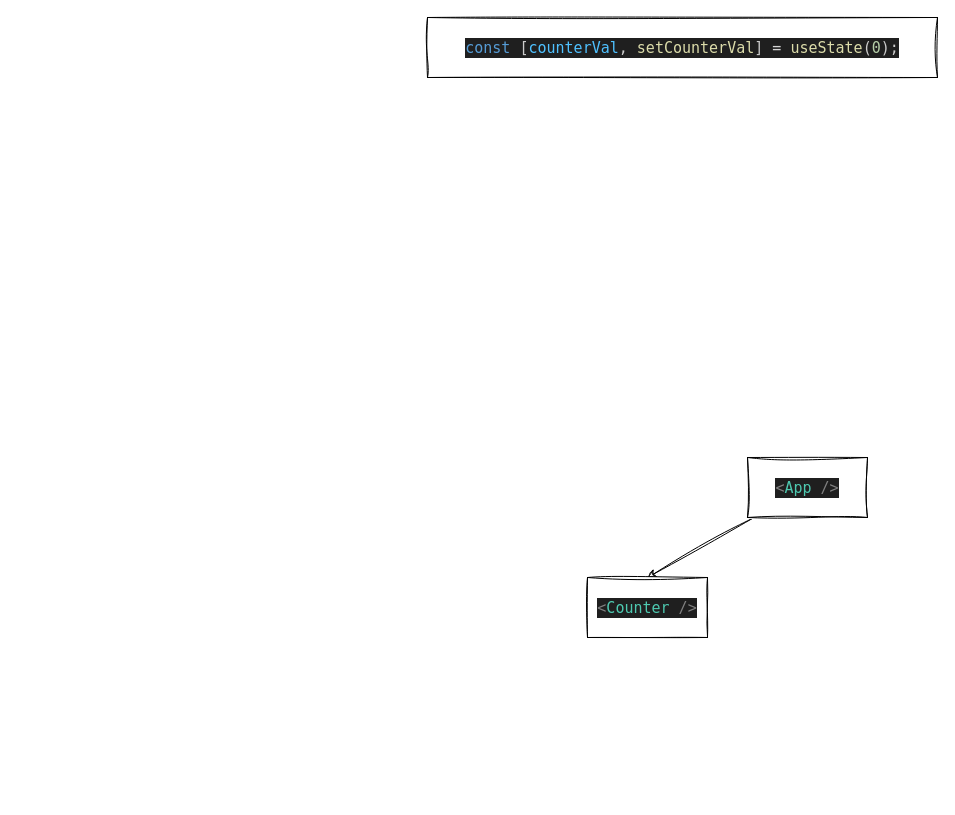
Above: draw.drawio in MariusCodeAcademy/feu8_17_react_pasikartojimas (draw.io), before the change. Source tidied: cells renumbered, new cells numbered last; positions are measured from the earlier drawing's top-left corner, leaving out a move shared by most shapes. Both pictures are drawn from the tidied source at 100%, with x=0, y=0 at pixel (427, 17).
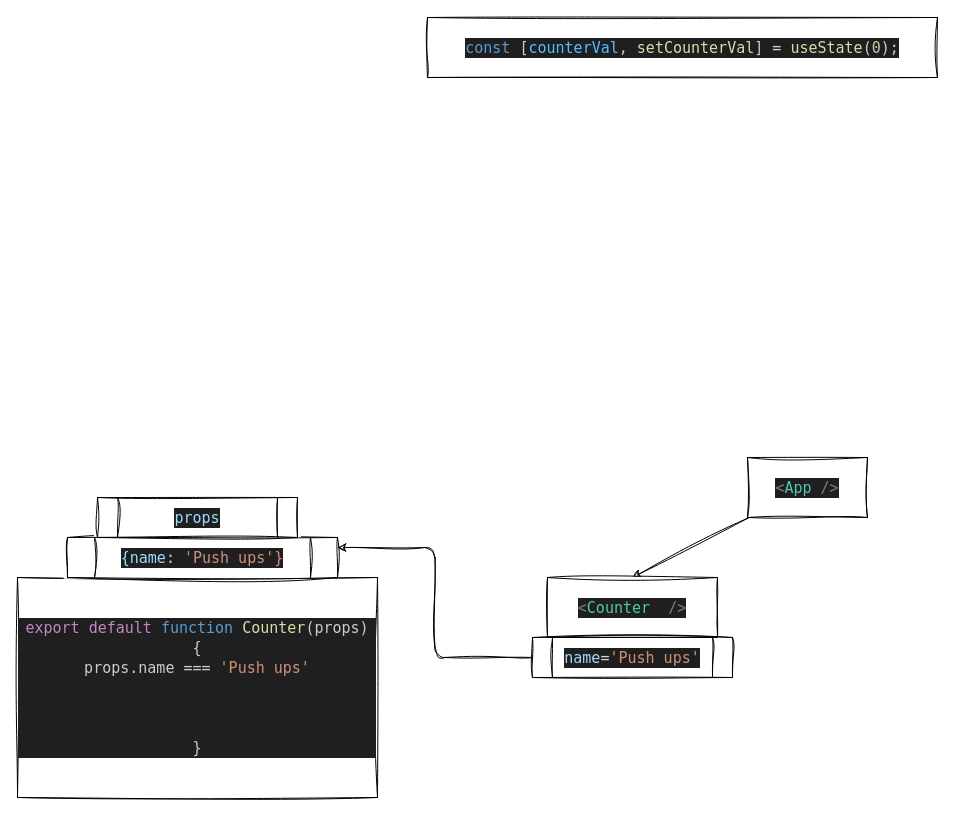
The same diagram, later.

Diff of the diagram source:
```diff
@@
 <mxGraphModel>
   <root>
     <mxCell id="0" />
     <mxCell id="1" parent="0" />
     <mxCell id="2" style="edgeStyle=none;sketch=1;hachureGap=4;jiggle=2;curveFitting=1;html=1;entryX=0.5;entryY=0;entryDx=0;entryDy=0;fontFamily=Architects Daughter;fontSize=16;" parent="1" edge="1" source="3" target="4">
       <mxGeometry relative="1" as="geometry" />
     </mxCell>
     <mxCell id="3" value="&lt;div style=&quot;color: rgb(204, 204, 204); background-color: rgb(31, 31, 31); font-family: &amp;quot;Cascadia code PL&amp;quot;, Menlo, Monaco, &amp;quot;Courier New&amp;quot;, monospace, Consolas, &amp;quot;Courier New&amp;quot;, monospace; font-size: 15px; line-height: 20px;&quot;&gt;&lt;span style=&quot;color: #808080;&quot;&gt;&amp;lt;&lt;/span&gt;&lt;span style=&quot;color: #4ec9b0;&quot;&gt;App&lt;/span&gt; &lt;span style=&quot;color: #808080;&quot;&gt;/&amp;gt;&lt;/span&gt;&lt;/div&gt;" style="rounded=0;whiteSpace=wrap;html=1;sketch=1;hachureGap=4;jiggle=2;curveFitting=1;fontFamily=Architects Daughter;fontSize=20;" parent="1" vertex="1">
       <mxGeometry x="320" y="440" width="120" height="60" as="geometry" />
     </mxCell>
-    <mxCell id="4" value="&lt;div style=&quot;color: rgb(204, 204, 204); background-color: rgb(31, 31, 31); font-family: &amp;quot;Cascadia code PL&amp;quot;, Menlo, Monaco, &amp;quot;Courier New&amp;quot;, monospace, Consolas, &amp;quot;Courier New&amp;quot;, monospace; font-size: 15px; line-height: 20px;&quot;&gt;&lt;div style=&quot;line-height: 20px;&quot;&gt;&lt;span style=&quot;color: #808080;&quot;&gt;&amp;lt;&lt;/span&gt;&lt;span style=&quot;color: #4ec9b0;&quot;&gt;Counter&lt;/span&gt; &lt;span style=&quot;color: #808080;&quot;&gt;/&amp;gt;&lt;/span&gt;&lt;/div&gt;&lt;/div&gt;" style="rounded=0;whiteSpace=wrap;html=1;sketch=1;hachureGap=4;jiggle=2;curveFitting=1;fontFamily=Architects Daughter;fontSize=20;" parent="1" vertex="1">
-      <mxGeometry x="160" y="560" width="120" height="60" as="geometry" />
+    <mxCell id="4" value="&lt;div style=&quot;color: rgb(204, 204, 204); background-color: rgb(31, 31, 31); font-family: &amp;quot;Cascadia code PL&amp;quot;, Menlo, Monaco, &amp;quot;Courier New&amp;quot;, monospace, Consolas, &amp;quot;Courier New&amp;quot;, monospace; font-size: 15px; line-height: 20px;&quot;&gt;&lt;div style=&quot;line-height: 20px;&quot;&gt;&lt;span style=&quot;color: #808080;&quot;&gt;&amp;lt;&lt;/span&gt;&lt;span style=&quot;color: #4ec9b0;&quot;&gt;Counter&amp;nbsp;&lt;/span&gt; &lt;span style=&quot;color: #808080;&quot;&gt;/&amp;gt;&lt;/span&gt;&lt;/div&gt;&lt;/div&gt;" style="rounded=0;whiteSpace=wrap;html=1;sketch=1;hachureGap=4;jiggle=2;curveFitting=1;fontFamily=Architects Daughter;fontSize=20;" parent="1" vertex="1">
+      <mxGeometry x="120" y="560" width="170" height="60" as="geometry" />
     </mxCell>
     <mxCell id="5" value="&lt;div style=&quot;color: rgb(204, 204, 204); background-color: rgb(31, 31, 31); font-family: &amp;quot;Cascadia code PL&amp;quot;, Menlo, Monaco, &amp;quot;Courier New&amp;quot;, monospace, Consolas, &amp;quot;Courier New&amp;quot;, monospace; font-size: 15px; line-height: 20px;&quot;&gt;&lt;span style=&quot;color: #569cd6;&quot;&gt;const&lt;/span&gt; [&lt;span style=&quot;color: #4fc1ff;&quot;&gt;counterVal&lt;/span&gt;, &lt;span style=&quot;color: #dcdcaa;&quot;&gt;setCounterVal&lt;/span&gt;] &lt;span style=&quot;color: #d4d4d4;&quot;&gt;=&lt;/span&gt; &lt;span style=&quot;color: #dcdcaa;&quot;&gt;useState&lt;/span&gt;(&lt;span style=&quot;color: #b5cea8;&quot;&gt;0&lt;/span&gt;);&lt;/div&gt;" style="rounded=0;whiteSpace=wrap;html=1;sketch=1;hachureGap=4;jiggle=2;curveFitting=1;fontFamily=Architects Daughter;fontSize=20;" parent="1" vertex="1">
       <mxGeometry width="510" height="60" as="geometry" />
     </mxCell>
+    <mxCell id="6" style="edgeStyle=orthogonalEdgeStyle;sketch=1;hachureGap=4;jiggle=2;curveFitting=1;html=1;entryX=1;entryY=0.25;entryDx=0;entryDy=0;fontFamily=Architects Daughter;fontSize=16;exitX=0;exitY=0.5;exitDx=0;exitDy=0;" parent="1" edge="1" source="7" target="9">
+      <mxGeometry relative="1" as="geometry" />
+    </mxCell>
+    <mxCell id="7" value="&lt;div style=&quot;color: rgb(204, 204, 204); background-color: rgb(31, 31, 31); font-family: &amp;quot;Cascadia code PL&amp;quot;, Menlo, Monaco, &amp;quot;Courier New&amp;quot;, monospace, Consolas, &amp;quot;Courier New&amp;quot;, monospace; font-size: 15px; line-height: 20px;&quot;&gt;&lt;span style=&quot;color: #9cdcfe;&quot;&gt;name&lt;/span&gt;&lt;span style=&quot;color: #d4d4d4;&quot;&gt;=&lt;/span&gt;&lt;span style=&quot;color: #ce9178;&quot;&gt;'Push ups'&lt;/span&gt;&lt;/div&gt;" style="shape=process;whiteSpace=wrap;html=1;backgroundOutline=1;sketch=1;hachureGap=4;jiggle=2;curveFitting=1;fontFamily=Architects Daughter;fontSize=20;" parent="1" vertex="1">
+      <mxGeometry x="105" y="620" width="200" height="40" as="geometry" />
+    </mxCell>
+    <mxCell id="8" value="&lt;div style=&quot;color: rgb(204, 204, 204); background-color: rgb(31, 31, 31); font-family: &amp;quot;Cascadia code PL&amp;quot;, Menlo, Monaco, &amp;quot;Courier New&amp;quot;, monospace, Consolas, &amp;quot;Courier New&amp;quot;, monospace; font-size: 15px; line-height: 20px;&quot;&gt;&lt;div style=&quot;line-height: 20px;&quot;&gt;&lt;div style=&quot;line-height: 20px;&quot;&gt;&lt;span style=&quot;color: #c586c0;&quot;&gt;export&lt;/span&gt; &lt;span style=&quot;color: #c586c0;&quot;&gt;default&lt;/span&gt; &lt;span style=&quot;color: #569cd6;&quot;&gt;function&lt;/span&gt; &lt;span style=&quot;color: #dcdcaa;&quot;&gt;Counter&lt;/span&gt;(props) {&lt;/div&gt;&lt;div style=&quot;line-height: 20px;&quot;&gt;props.name ===&amp;nbsp;&lt;span style=&quot;color: rgb(206, 145, 120);&quot;&gt;'Push ups'&lt;/span&gt;&lt;/div&gt;&lt;div style=&quot;line-height: 20px;&quot;&gt;&lt;br&gt;&lt;/div&gt;&lt;div style=&quot;line-height: 20px;&quot;&gt;&lt;br&gt;&lt;/div&gt;&lt;div style=&quot;line-height: 20px;&quot;&gt;&lt;br&gt;&lt;/div&gt;&lt;div style=&quot;line-height: 20px;&quot;&gt;}&lt;/div&gt;&lt;/div&gt;&lt;/div&gt;" style="rounded=0;whiteSpace=wrap;html=1;sketch=1;hachureGap=4;jiggle=2;curveFitting=1;fontFamily=Architects Daughter;fontSize=20;" parent="1" vertex="1">
+      <mxGeometry x="-410" y="560" width="360" height="220" as="geometry" />
+    </mxCell>
+    <mxCell id="9" value="&lt;div style=&quot;background-color: rgb(31, 31, 31); font-family: &amp;quot;Cascadia code PL&amp;quot;, Menlo, Monaco, &amp;quot;Courier New&amp;quot;, monospace, Consolas, &amp;quot;Courier New&amp;quot;, monospace; font-size: 15px; line-height: 20px;&quot;&gt;&lt;span style=&quot;color: rgb(156, 220, 254);&quot;&gt;{name&lt;/span&gt;&lt;font color=&quot;#d4d4d4&quot;&gt;:&amp;nbsp;&lt;/font&gt;&lt;span style=&quot;color: rgb(206, 145, 120);&quot;&gt;'Push ups'}&lt;/span&gt;&lt;/div&gt;" style="shape=process;whiteSpace=wrap;html=1;backgroundOutline=1;sketch=1;hachureGap=4;jiggle=2;curveFitting=1;fontFamily=Architects Daughter;fontSize=20;" parent="1" vertex="1">
+      <mxGeometry x="-360" y="520" width="270" height="40" as="geometry" />
+    </mxCell>
+    <mxCell id="10" value="&lt;div style=&quot;background-color: rgb(31, 31, 31); font-family: &amp;quot;Cascadia code PL&amp;quot;, Menlo, Monaco, &amp;quot;Courier New&amp;quot;, monospace, Consolas, &amp;quot;Courier New&amp;quot;, monospace; font-size: 15px; line-height: 20px;&quot;&gt;&lt;font color=&quot;#9cdcfe&quot;&gt;props&lt;/font&gt;&lt;/div&gt;" style="shape=process;whiteSpace=wrap;html=1;backgroundOutline=1;sketch=1;hachureGap=4;jiggle=2;curveFitting=1;fontFamily=Architects Daughter;fontSize=20;" parent="1" vertex="1">
+      <mxGeometry x="-330" y="480" width="200" height="40" as="geometry" />
+    </mxCell>
   </root>
 </mxGraphModel>
```
